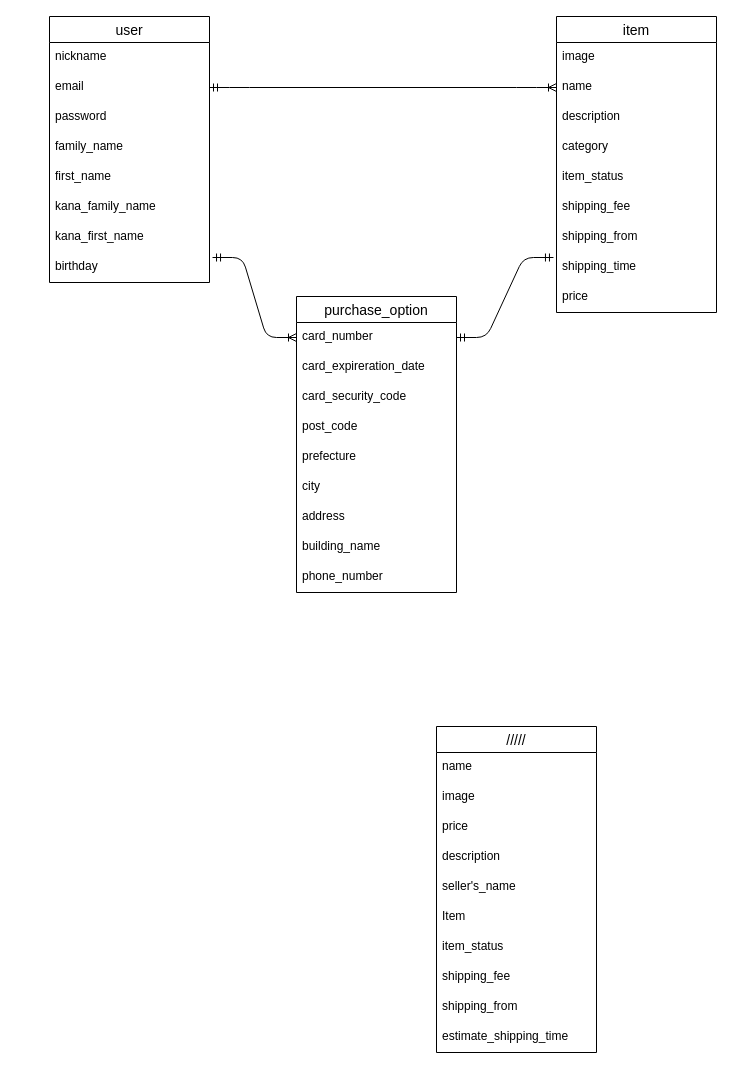
Above: ER.dio in strawberygirl/furima-35400 (draw.io), before the change. Source tidied: cells renumbered, new cells numbered last; positions are measured from the earlier drawing's top-left corner, leaving out a move shared by most shapes. Both pictures are drawn from the tidied source at 100%, with x=0, y=0 at pixel (49, 16).
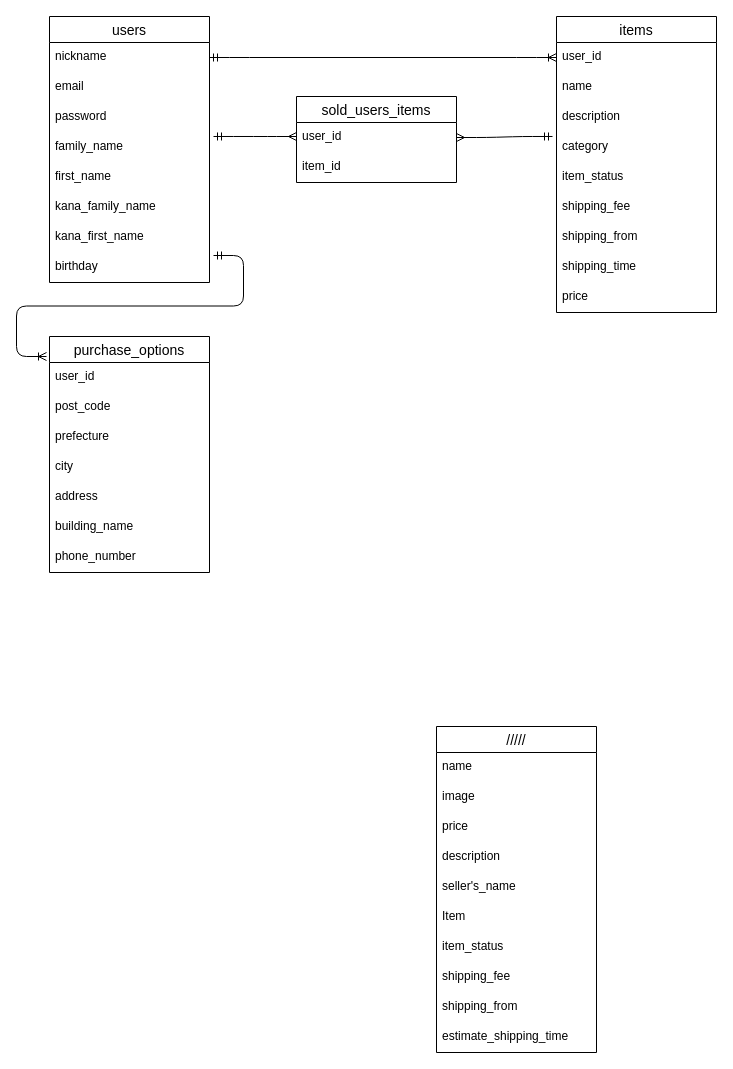
Above is the later version.

Commit message (it also covers changes not shown here):
データベース設計_update_#2

The change refers to these unchanged cells:
```xml
<mxCell id="3" value="nickname&#10;&#10;" style="text;strokeColor=none;fillColor=none;spacingLeft=4;spacingRight=4;overflow=hidden;points=[[0,0.5],[1,0.5]];portConstraint=eastwest;fontSize=12;" parent="2" vertex="1">
  <mxGeometry y="26" width="160" height="30" as="geometry" />
</mxCell>
<mxCell id="4" value="email" style="text;strokeColor=none;fillColor=none;spacingLeft=4;spacingRight=4;overflow=hidden;points=[[0,0.5],[1,0.5]];portConstraint=eastwest;fontSize=12;" parent="2" vertex="1">
  <mxGeometry y="56" width="160" height="30" as="geometry" />
</mxCell>
<mxCell id="6" value="family_name" style="text;strokeColor=none;fillColor=none;spacingLeft=4;spacingRight=4;overflow=hidden;points=[[0,0.5],[1,0.5]];portConstraint=eastwest;fontSize=12;align=left;" parent="2" vertex="1">
  <mxGeometry y="116" width="160" height="30" as="geometry" />
</mxCell>
<mxCell id="10" value="birthday" style="text;strokeColor=none;fillColor=none;spacingLeft=4;spacingRight=4;overflow=hidden;points=[[0,0.5],[1,0.5]];portConstraint=eastwest;fontSize=12;align=left;" parent="2" vertex="1">
  <mxGeometry y="236" width="160" height="30" as="geometry" />
</mxCell>
<mxCell id="13" value="name" style="text;strokeColor=none;fillColor=none;spacingLeft=4;spacingRight=4;overflow=hidden;points=[[0,0.5],[1,0.5]];portConstraint=eastwest;fontSize=12;" parent="11" vertex="1">
  <mxGeometry y="56" width="160" height="30" as="geometry" />
</mxCell>
<mxCell id="14" value="description" style="text;strokeColor=none;fillColor=none;spacingLeft=4;spacingRight=4;overflow=hidden;points=[[0,0.5],[1,0.5]];portConstraint=eastwest;fontSize=12;" parent="11" vertex="1">
  <mxGeometry y="86" width="160" height="30" as="geometry" />
</mxCell>
<mxCell id="19" value="shipping_time" style="text;strokeColor=none;fillColor=none;spacingLeft=4;spacingRight=4;overflow=hidden;points=[[0,0.5],[1,0.5]];portConstraint=eastwest;fontSize=12;" parent="11" vertex="1">
  <mxGeometry y="236" width="160" height="30" as="geometry" />
</mxCell>
```

What changed in the source:
```diff
@@
-    <mxCell id="2" value="user" style="swimlane;fontStyle=0;horizontal=1;startSize=26;align=center;fontSize=14;verticalAlign=middle;" parent="1" vertex="1">
+    <mxCell id="2" value="users" style="swimlane;fontStyle=0;horizontal=1;startSize=26;align=center;fontSize=14;verticalAlign=middle;" parent="1" vertex="1">
       <mxGeometry width="160" height="266" as="geometry" />
     </mxCell>
@@
-    <mxCell id="11" value="item" style="swimlane;fontStyle=0;horizontal=1;startSize=26;align=center;fontSize=14;" parent="1" vertex="1">
+    <mxCell id="11" value="items" style="swimlane;fontStyle=0;horizontal=1;startSize=26;align=center;fontSize=14;" parent="1" vertex="1">
       <mxGeometry x="507" width="160" height="296" as="geometry" />
     </mxCell>
-    <mxCell id="12" value="image" style="text;strokeColor=none;fillColor=none;spacingLeft=4;spacingRight=4;overflow=hidden;fontSize=12;" parent="11" vertex="1">
-      <mxGeometry y="26" width="160" height="30" as="geometry" />
-    </mxCell>
+    <mxCell id="45" value="user_id" style="text;strokeColor=none;fillColor=none;spacingLeft=4;spacingRight=4;overflow=hidden;points=[[0,0.5],[1,0.5]];portConstraint=eastwest;fontSize=12;" parent="11" vertex="1">
+      <mxGeometry y="26" width="160" height="30" as="geometry" />
+    </mxCell>
@@
-    <mxCell id="32" style="edgeStyle=entityRelationEdgeStyle;fontSize=12;html=1;endArrow=ERoneToMany;startArrow=ERmandOne;strokeWidth=1;exitX=1;exitY=0.5;exitDx=0;exitDy=0;entryX=0;entryY=0.5;entryDx=0;entryDy=0;" parent="1" edge="1" source="4" target="13">
+    <mxCell id="32" style="edgeStyle=entityRelationEdgeStyle;fontSize=12;html=1;endArrow=ERoneToMany;startArrow=ERmandOne;strokeWidth=1;entryX=0;entryY=0.5;entryDx=0;entryDy=0;" parent="1" edge="1" source="3" target="45">
       <mxGeometry relative="1" as="geometry" />
     </mxCell>
-    <mxCell id="33" value="purchase_option" style="swimlane;fontStyle=0;horizontal=1;startSize=26;align=center;fontSize=14;" parent="1" vertex="1">
-      <mxGeometry x="247" y="280" width="160" height="296" as="geometry" />
+    <mxCell id="33" value="purchase_options" style="swimlane;fontStyle=0;horizontal=1;startSize=26;align=center;fontSize=14;" parent="1" vertex="1">
+      <mxGeometry y="320" width="160" height="236" as="geometry" />
     </mxCell>
-    <mxCell id="34" value="card_number" style="text;strokeColor=none;fillColor=none;spacingLeft=4;spacingRight=4;overflow=hidden;points=[[0,0.5],[1,0.5]];portConstraint=eastwest;fontSize=12;" parent="33" vertex="1">
-      <mxGeometry y="26" width="160" height="30" as="geometry" />
-    </mxCell>
-    <mxCell id="35" value="card_expireration_date" style="text;strokeColor=none;fillColor=none;spacingLeft=4;spacingRight=4;overflow=hidden;fontSize=12;" parent="33" vertex="1">
-      <mxGeometry y="56" width="160" height="30" as="geometry" />
-    </mxCell>
-    <mxCell id="36" value="card_security_code" style="text;strokeColor=none;fillColor=none;spacingLeft=4;spacingRight=4;overflow=hidden;fontSize=12;" parent="33" vertex="1">
-      <mxGeometry y="86" width="160" height="30" as="geometry" />
-    </mxCell>
+    <mxCell id="46" value="user_id" style="text;strokeColor=none;fillColor=none;spacingLeft=4;spacingRight=4;overflow=hidden;fontSize=12;" parent="33" vertex="1">
+      <mxGeometry y="26" width="160" height="30" as="geometry" />
+    </mxCell>
     <mxCell id="37" value="post_code" style="text;strokeColor=none;fillColor=none;spacingLeft=4;spacingRight=4;overflow=hidden;fontSize=12;" parent="33" vertex="1">
-      <mxGeometry y="116" width="160" height="30" as="geometry" />
+      <mxGeometry y="56" width="160" height="30" as="geometry" />
     </mxCell>
     <mxCell id="38" value="prefecture" style="text;strokeColor=none;fillColor=none;spacingLeft=4;spacingRight=4;overflow=hidden;fontSize=12;" parent="33" vertex="1">
-      <mxGeometry y="146" width="160" height="30" as="geometry" />
+      <mxGeometry y="86" width="160" height="30" as="geometry" />
     </mxCell>
     <mxCell id="39" value="city" style="text;strokeColor=none;fillColor=none;spacingLeft=4;spacingRight=4;overflow=hidden;fontSize=12;" parent="33" vertex="1">
-      <mxGeometry y="176" width="160" height="30" as="geometry" />
+      <mxGeometry y="116" width="160" height="30" as="geometry" />
     </mxCell>
     <mxCell id="40" value="address" style="text;strokeColor=none;fillColor=none;spacingLeft=4;spacingRight=4;overflow=hidden;fontSize=12;" parent="33" vertex="1">
-      <mxGeometry y="206" width="160" height="30" as="geometry" />
+      <mxGeometry y="146" width="160" height="30" as="geometry" />
     </mxCell>
     <mxCell id="41" value="building_name" style="text;strokeColor=none;fillColor=none;spacingLeft=4;spacingRight=4;overflow=hidden;fontSize=12;" parent="33" vertex="1">
-      <mxGeometry y="236" width="160" height="30" as="geometry" />
+      <mxGeometry y="176" width="160" height="30" as="geometry" />
     </mxCell>
     <mxCell id="42" value="phone_number" style="text;strokeColor=none;fillColor=none;spacingLeft=4;spacingRight=4;overflow=hidden;fontSize=12;" parent="33" vertex="1">
-      <mxGeometry y="266" width="160" height="30" as="geometry" />
+      <mxGeometry y="206" width="160" height="30" as="geometry" />
     </mxCell>
-    <mxCell id="43" style="edgeStyle=entityRelationEdgeStyle;fontSize=12;html=1;endArrow=ERoneToMany;startArrow=ERmandOne;strokeWidth=1;exitX=1.019;exitY=0.167;exitDx=0;exitDy=0;entryX=0;entryY=0.5;entryDx=0;entryDy=0;exitPerimeter=0;" parent="1" edge="1" source="10" target="34">
-      <mxGeometry relative="1" as="geometry" />
+    <mxCell id="43" style="edgeStyle=entityRelationEdgeStyle;fontSize=12;html=1;endArrow=ERoneToMany;startArrow=ERmandOne;strokeWidth=1;exitX=1.025;exitY=0.1;exitDx=0;exitDy=0;exitPerimeter=0;" parent="1" edge="1" source="10">
+      <mxGeometry relative="1" as="geometry">
+        <mxPoint x="-3" y="340" as="targetPoint" />
+      </mxGeometry>
     </mxCell>
-    <mxCell id="44" style="edgeStyle=entityRelationEdgeStyle;fontSize=12;html=1;endArrow=ERmandOne;startArrow=ERmandOne;strokeWidth=1;exitX=1;exitY=0.5;exitDx=0;exitDy=0;entryX=-0.019;entryY=0.167;entryDx=0;entryDy=0;entryPerimeter=0;" parent="1" edge="1" source="34" target="19">
-      <mxGeometry relative="1" as="geometry" />
-    </mxCell>
+    <mxCell id="47" value="sold_users_items" style="swimlane;fontStyle=0;horizontal=1;startSize=26;align=center;fontSize=14;" parent="1" vertex="1">
+      <mxGeometry x="247" y="80" width="160" height="86" as="geometry" />
+    </mxCell>
+    <mxCell id="48" value="user_id" style="text;strokeColor=none;fillColor=none;spacingLeft=4;spacingRight=4;overflow=hidden;points=[[0,0.5],[1,0.5]];portConstraint=eastwest;fontSize=12;" parent="47" vertex="1">
+      <mxGeometry y="26" width="160" height="30" as="geometry" />
+    </mxCell>
+    <mxCell id="49" value="item_id" style="text;strokeColor=none;fillColor=none;spacingLeft=4;spacingRight=4;overflow=hidden;fontSize=12;" parent="47" vertex="1">
+      <mxGeometry y="56" width="160" height="30" as="geometry" />
+    </mxCell>
+    <mxCell id="50" style="edgeStyle=entityRelationEdgeStyle;fontSize=12;html=1;endArrow=ERmandOne;startArrow=ERmany;strokeWidth=1;entryX=-0.025;entryY=1.133;entryDx=0;entryDy=0;entryPerimeter=0;exitX=1;exitY=0.5;exitDx=0;exitDy=0;startFill=0;" parent="1" edge="1" source="48" target="14">
+      <mxGeometry relative="1" as="geometry" />
+    </mxCell>
+    <mxCell id="51" style="edgeStyle=entityRelationEdgeStyle;fontSize=12;html=1;endArrow=ERmany;startArrow=ERmandOne;strokeWidth=1;exitX=1.025;exitY=0.133;exitDx=0;exitDy=0;exitPerimeter=0;endFill=0;" parent="1" edge="1" source="6">
+      <mxGeometry relative="1" as="geometry">
+        <mxPoint x="247" y="120" as="targetPoint" />
+      </mxGeometry>
+    </mxCell>
```
